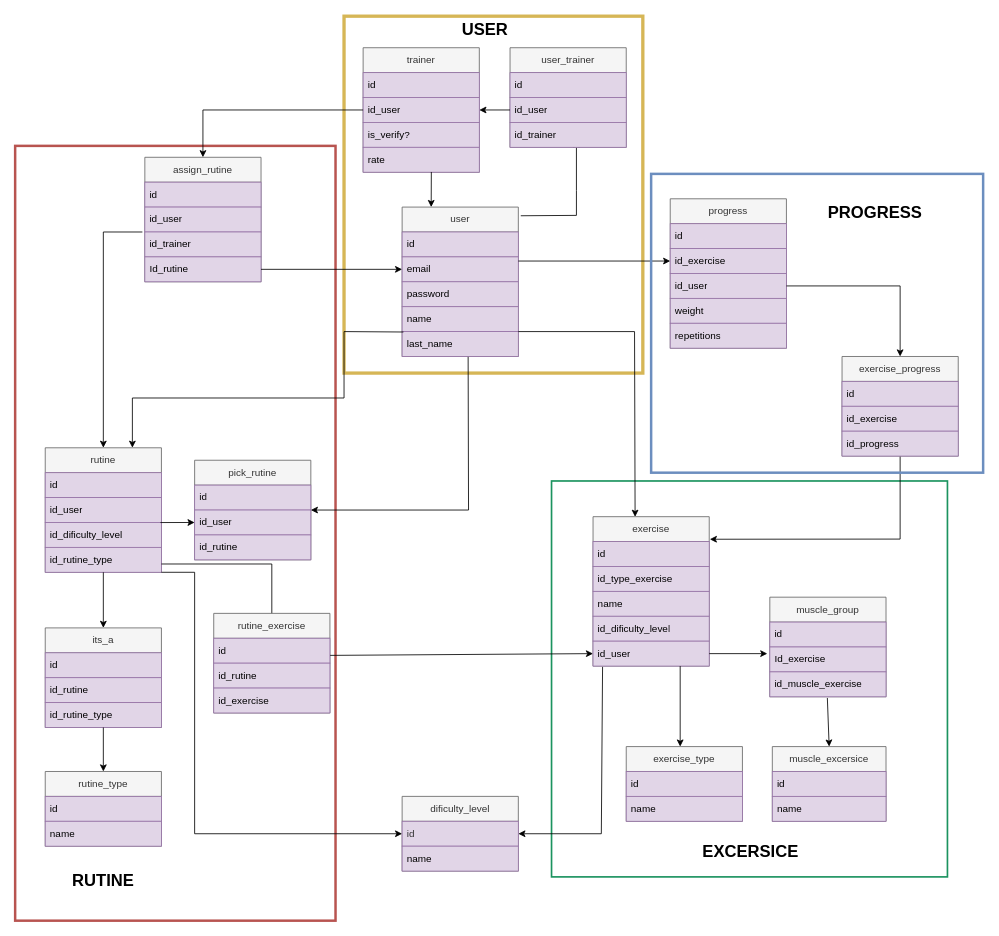
This is docs/der.drawio from GiulianoPoeta99/MotionPath, a draw.io file, before an edit. Source tidied: cells renumbered, new cells numbered last; positions are measured from the earlier drawing's top-left corner, leaving out a move shared by most shapes. Both pictures are drawn from the tidied source at 83%, with x=0, y=0 at pixel (-212, 16).
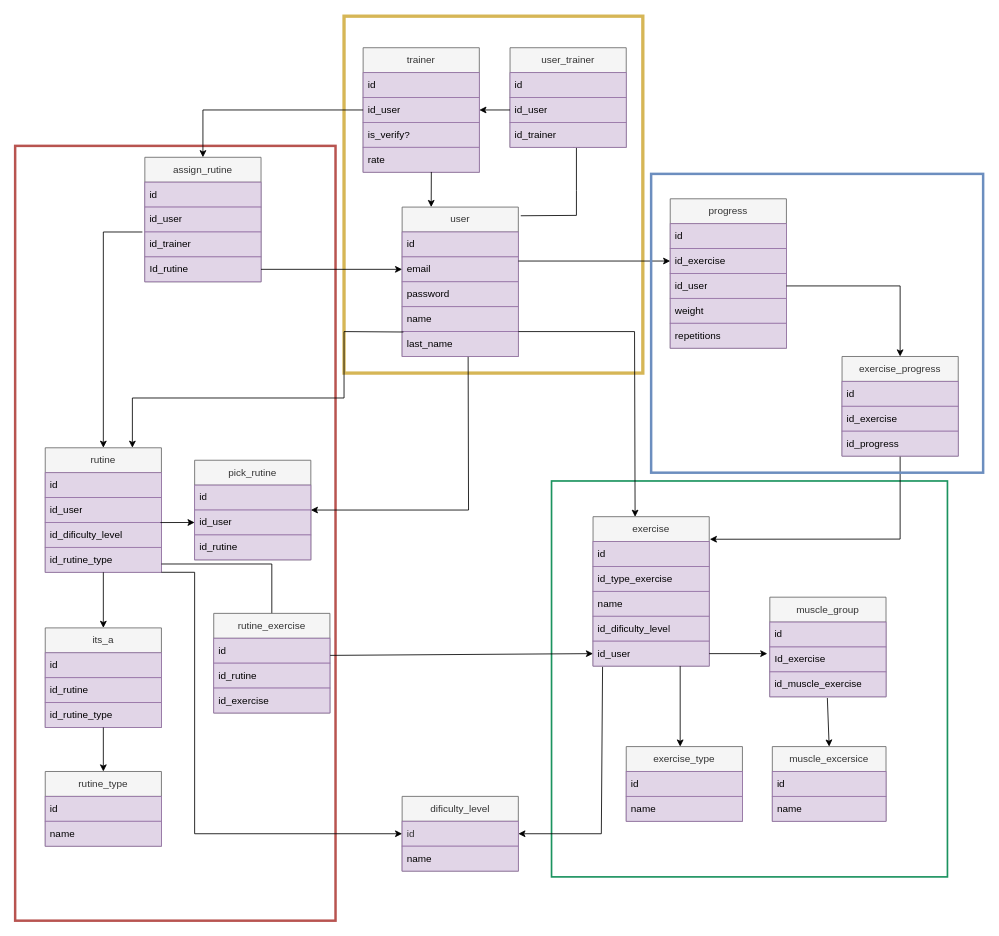
After the change.

Commit message:
se cambio app y se agrego documentacion

Change to the diagram source:
```diff
@@
-    <mxCell id="92" value="&lt;font style=&quot;font-size: 20px;&quot;&gt;EXCERSICE&lt;/font&gt;" style="text;html=1;align=center;verticalAlign=middle;whiteSpace=wrap;rounded=0;fontStyle=1;fontSize=20;" parent="1" vertex="1">
-      <mxGeometry x="1130" y="990" width="60" height="30" as="geometry" />
-    </mxCell>
-    <mxCell id="93" value="RUTINE" style="text;html=1;align=center;verticalAlign=middle;whiteSpace=wrap;rounded=0;fontStyle=1;strokeWidth=16;perimeterSpacing=5;fontSize=20;" parent="1" vertex="1">
-      <mxGeometry x="340" y="1020" width="80" height="40" as="geometry" />
-    </mxCell>
@@
-    <mxCell id="99" value="USER" style="text;html=1;align=center;verticalAlign=middle;whiteSpace=wrap;rounded=0;fontStyle=1;fontSize=20;" parent="1" vertex="1">
-      <mxGeometry x="810" width="60" height="30" as="geometry" />
-    </mxCell>
-    <mxCell id="100" value="PROGRESS" style="text;html=1;align=center;verticalAlign=middle;whiteSpace=wrap;rounded=0;fontStyle=1;fontSize=20;" parent="1" vertex="1">
-      <mxGeometry x="1280" y="221" width="60" height="30" as="geometry" />
-    </mxCell>
```
